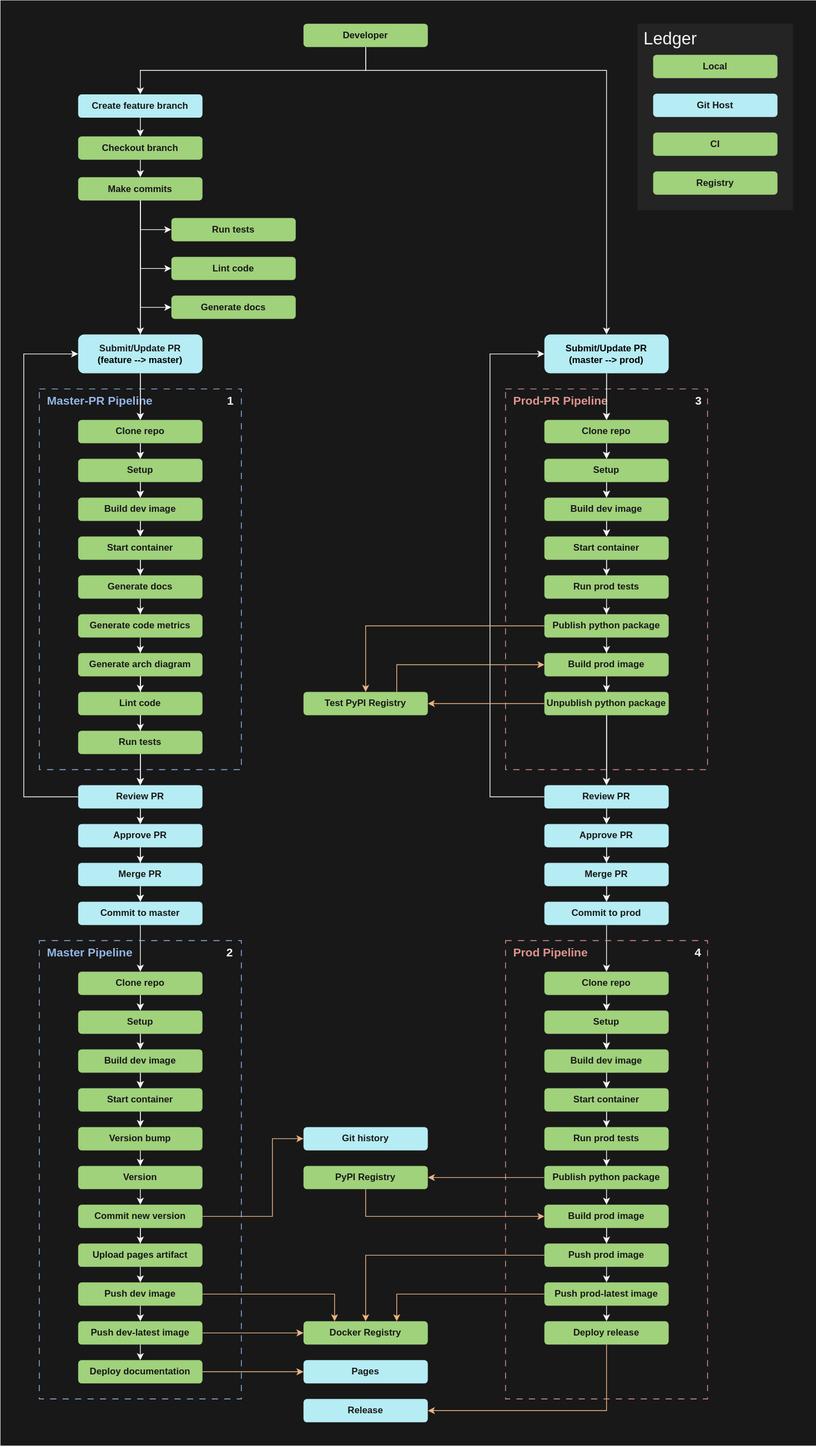
Before: resources/ci.svg, a diagram exported from draw.io (theNewFlesh/cookiecutter-datalus). Source tidied: cells renumbered, new cells last; positions are measured from the earlier drawing's top-left corner, leaving out a move shared by most shapes.
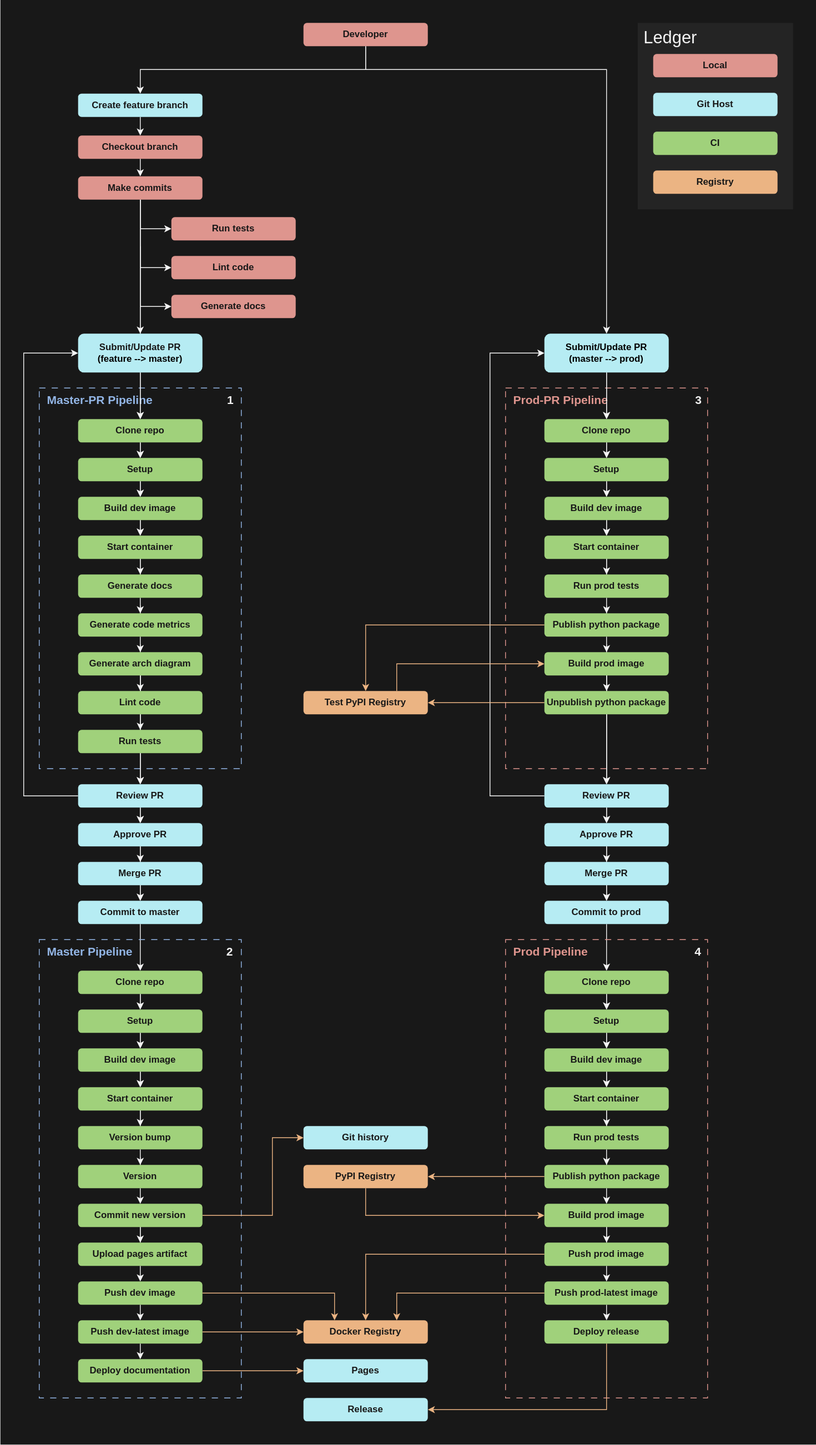
The same diagram one commit later.

Diff of the diagram source:
```diff
@@ -290,7 +290,7 @@
     <mxCell id="78" value="Deploy documentation" style="rounded=1;whiteSpace=wrap;html=1;fillColor=light-dark(#A0D17B,#A0D17B);strokeColor=none;fontColor=light-dark(#181818,#181818);fontStyle=1;" parent="4" vertex="1">
       <mxGeometry x="100" y="1750" width="160" height="30" as="geometry" />
     </mxCell>
-    <mxCell id="79" value="Docker Registry" style="rounded=1;whiteSpace=wrap;html=1;fillColor=light-dark(#A0D17B,#EBB483);strokeColor=none;fontColor=light-dark(#181818,#181818);fontStyle=1;" parent="4" vertex="1">
+    <mxCell id="79" value="Docker Registry" style="rounded=1;whiteSpace=wrap;html=1;fillColor=light-dark(#EBB483,#EBB483);strokeColor=none;fontColor=light-dark(#181818,#181818);fontStyle=1;" parent="4" vertex="1">
       <mxGeometry x="390" y="1700" width="160" height="30" as="geometry" />
     </mxCell>
     <mxCell id="80" value="Pages" style="rounded=1;whiteSpace=wrap;html=1;fillColor=light-dark(#B6ECF3,#B6ECF3);strokeColor=none;fontColor=light-dark(#181818,#181818);fontStyle=1;" parent="4" vertex="1">
@@ -578,7 +578,7 @@
         </Array>
       </mxGeometry>
     </mxCell>
-    <mxCell id="153" value="Test PyPI Registry" style="rounded=1;whiteSpace=wrap;html=1;fillColor=light-dark(#A0D17B,#EBB483);strokeColor=none;fontColor=light-dark(#181818,#181818);fontStyle=1;" parent="4" vertex="1">
+    <mxCell id="153" value="Test PyPI Registry" style="rounded=1;whiteSpace=wrap;html=1;fillColor=light-dark(#EBB483,#EBB483);strokeColor=none;fontColor=light-dark(#181818,#181818);fontStyle=1;" parent="4" vertex="1">
       <mxGeometry x="390" y="890" width="160" height="30" as="geometry" />
     </mxCell>
     <mxCell id="154" style="edgeStyle=none;html=1;entryX=0;entryY=0.5;entryDx=0;entryDy=0;rounded=0;curved=0;strokeColor=light-dark(#EBB483,#EBB483);" parent="4" edge="1" source="155" target="143">
@@ -588,7 +588,7 @@
         </Array>
       </mxGeometry>
     </mxCell>
-    <mxCell id="155" value="PyPI Registry" style="rounded=1;whiteSpace=wrap;html=1;fillColor=light-dark(#A0D17B,#EBB483);strokeColor=none;fontColor=light-dark(#181818,#181818);fontStyle=1;" parent="4" vertex="1">
+    <mxCell id="155" value="PyPI Registry" style="rounded=1;whiteSpace=wrap;html=1;fillColor=light-dark(#EBB483,#EBB483);strokeColor=none;fontColor=light-dark(#181818,#181818);fontStyle=1;" parent="4" vertex="1">
       <mxGeometry x="390" y="1500" width="160" height="30" as="geometry" />
     </mxCell>
     <mxCell id="156" value="Release" style="rounded=1;whiteSpace=wrap;html=1;fillColor=light-dark(#B6ECF3,#B6ECF3);strokeColor=none;fontColor=light-dark(#181818,#181818);fontStyle=1;" parent="4" vertex="1">
@@ -610,7 +610,7 @@
         </Array>
       </mxGeometry>
     </mxCell>
-    <mxCell id="159" value="Developer" style="rounded=1;whiteSpace=wrap;html=1;fillColor=light-dark(#A0D17B,#DE958E);strokeColor=none;fontColor=light-dark(#181818,#181818);fontStyle=1;" parent="4" vertex="1">
+    <mxCell id="159" value="Developer" style="rounded=1;whiteSpace=wrap;html=1;fillColor=light-dark(#DE958E,#DE958E);strokeColor=none;fontColor=light-dark(#181818,#181818);fontStyle=1;" parent="4" vertex="1">
       <mxGeometry x="390" y="30" width="160" height="30" as="geometry" />
     </mxCell>
     <mxCell id="160" style="edgeStyle=none;html=1;entryX=0.5;entryY=0;entryDx=0;entryDy=0;strokeColor=light-dark(#F4F4F4,#F4F4F4);" parent="4" edge="1" source="161" target="163">
@@ -622,7 +622,7 @@
     <mxCell id="162" style="edgeStyle=none;html=1;entryX=0.5;entryY=0;entryDx=0;entryDy=0;strokeColor=light-dark(#F4F4F4,#F4F4F4);" parent="4" edge="1" source="163" target="168">
       <mxGeometry relative="1" as="geometry" />
     </mxCell>
-    <mxCell id="163" value="Checkout branch" style="rounded=1;whiteSpace=wrap;html=1;fillColor=light-dark(#A0D17B,#DE958E);strokeColor=none;fontColor=light-dark(#181818,#181818);fontStyle=1;" parent="4" vertex="1">
+    <mxCell id="163" value="Checkout branch" style="rounded=1;whiteSpace=wrap;html=1;fillColor=light-dark(#DE958E,#DE958E);strokeColor=none;fontColor=light-dark(#181818,#181818);fontStyle=1;" parent="4" vertex="1">
       <mxGeometry x="100" y="175" width="160" height="30" as="geometry" />
     </mxCell>
     <mxCell id="164" style="edgeStyle=none;html=1;entryX=0;entryY=0.5;entryDx=0;entryDy=0;rounded=0;curved=0;strokeColor=light-dark(#F4F4F4,#F4F4F4);" parent="4" edge="1" source="168" target="169">
@@ -649,16 +649,16 @@
     <mxCell id="167" style="edgeStyle=none;html=1;entryX=0.5;entryY=0;entryDx=0;entryDy=0;strokeColor=light-dark(#F4F4F4,#F4F4F4);" parent="4" edge="1" source="168" target="10">
       <mxGeometry relative="1" as="geometry" />
     </mxCell>
-    <mxCell id="168" value="Make commits" style="rounded=1;whiteSpace=wrap;html=1;fillColor=light-dark(#A0D17B,#DE958E);strokeColor=none;fontColor=light-dark(#181818,#181818);fontStyle=1;" parent="4" vertex="1">
+    <mxCell id="168" value="Make commits" style="rounded=1;whiteSpace=wrap;html=1;fillColor=light-dark(#DE958E,#DE958E);strokeColor=none;fontColor=light-dark(#181818,#181818);fontStyle=1;" parent="4" vertex="1">
       <mxGeometry x="100" y="227.5" width="160" height="30" as="geometry" />
     </mxCell>
-    <mxCell id="169" value="Run tests" style="rounded=1;whiteSpace=wrap;html=1;fillColor=light-dark(#A0D17B,#DE958E);strokeColor=none;fontColor=light-dark(#181818,#181818);fontStyle=1;" parent="4" vertex="1">
+    <mxCell id="169" value="Run tests" style="rounded=1;whiteSpace=wrap;html=1;fillColor=light-dark(#DE958E,#DE958E);strokeColor=none;fontColor=light-dark(#181818,#181818);fontStyle=1;" parent="4" vertex="1">
       <mxGeometry x="220" y="280" width="160" height="30" as="geometry" />
     </mxCell>
-    <mxCell id="170" value="Generate docs" style="rounded=1;whiteSpace=wrap;html=1;fillColor=light-dark(#A0D17B,#DE958E);strokeColor=none;fontColor=light-dark(#181818,#181818);fontStyle=1;" parent="4" vertex="1">
+    <mxCell id="170" value="Generate docs" style="rounded=1;whiteSpace=wrap;html=1;fillColor=light-dark(#DE958E,#DE958E);strokeColor=none;fontColor=light-dark(#181818,#181818);fontStyle=1;" parent="4" vertex="1">
       <mxGeometry x="220" y="380" width="160" height="30" as="geometry" />
     </mxCell>
-    <mxCell id="171" value="Lint code" style="rounded=1;whiteSpace=wrap;html=1;fillColor=light-dark(#A0D17B,#DE958E);strokeColor=none;fontColor=light-dark(#181818,#181818);fontStyle=1;" parent="4" vertex="1">
+    <mxCell id="171" value="Lint code" style="rounded=1;whiteSpace=wrap;html=1;fillColor=light-dark(#DE958E,#DE958E);strokeColor=none;fontColor=light-dark(#181818,#181818);fontStyle=1;" parent="4" vertex="1">
       <mxGeometry x="220" y="330" width="160" height="30" as="geometry" />
     </mxCell>
     <mxCell id="172" value="Git history" style="rounded=1;whiteSpace=wrap;html=1;fillColor=light-dark(#B6ECF3,#B6ECF3);strokeColor=none;fontColor=light-dark(#181818,#181818);fontStyle=1;" parent="4" vertex="1">
@@ -670,10 +670,10 @@
     <mxCell id="174" value="CI" style="rounded=1;whiteSpace=wrap;html=1;fillColor=light-dark(#A0D17B,#A0D17B);strokeColor=none;fontColor=light-dark(#181818,#181818);fontStyle=1;" parent="4" vertex="1">
       <mxGeometry x="840" y="170" width="160" height="30" as="geometry" />
     </mxCell>
-    <mxCell id="175" value="Registry" style="rounded=1;whiteSpace=wrap;html=1;fillColor=light-dark(#A0D17B,#EBB483);strokeColor=none;fontColor=light-dark(#181818,#181818);fontStyle=1;" parent="4" vertex="1">
+    <mxCell id="175" value="Registry" style="rounded=1;whiteSpace=wrap;html=1;fillColor=light-dark(#EBB483,#EBB483);strokeColor=none;fontColor=light-dark(#181818,#181818);fontStyle=1;" parent="4" vertex="1">
       <mxGeometry x="840" y="220" width="160" height="30" as="geometry" />
     </mxCell>
-    <mxCell id="176" value="Local" style="rounded=1;whiteSpace=wrap;html=1;fillColor=light-dark(#A0D17B,#DE958E);strokeColor=none;fontColor=light-dark(#181818,#181818);fontStyle=1;" parent="4" vertex="1">
+    <mxCell id="176" value="Local" style="rounded=1;whiteSpace=wrap;html=1;fillColor=light-dark(#DE958E,#DE958E);strokeColor=none;fontColor=light-dark(#181818,#181818);fontStyle=1;" parent="4" vertex="1">
       <mxGeometry x="840" y="70" width="160" height="30" as="geometry" />
     </mxCell>
   </root>
```
